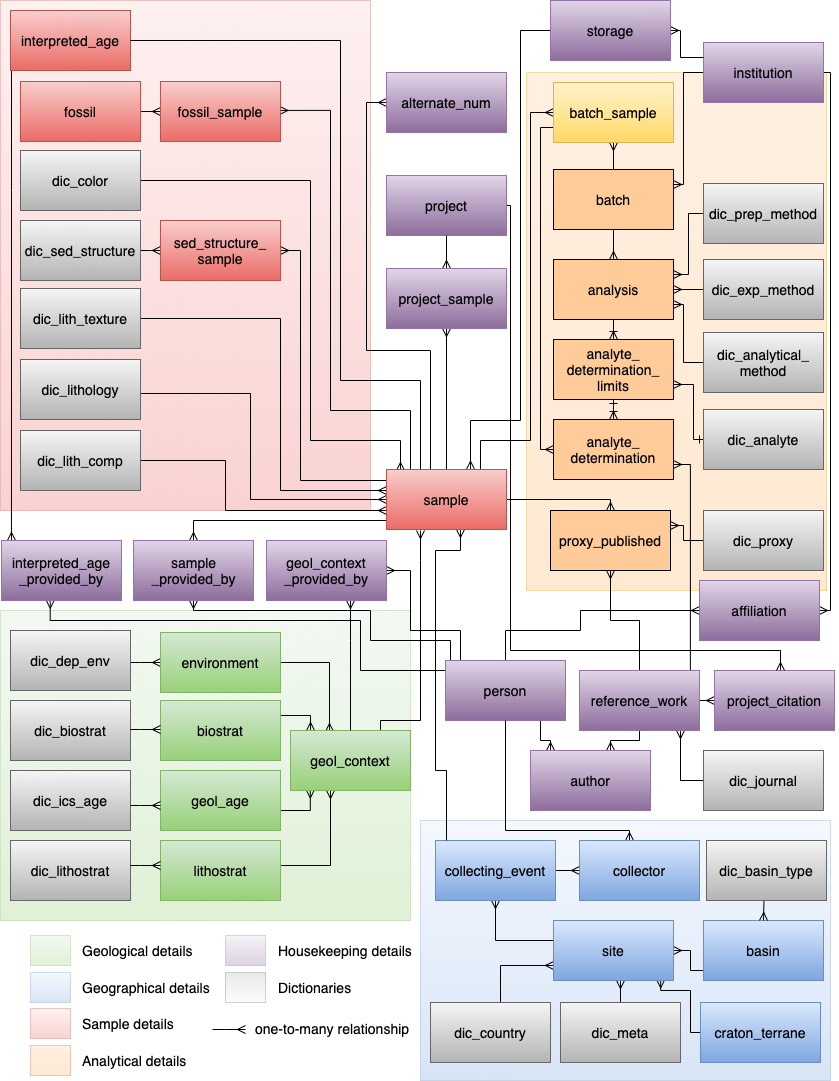
Before: images/DB_simple.png, a diagram exported from draw.io (ufarrell/sgp_phase1). Source tidied: cells renumbered, new cells last; positions are measured from the earlier drawing's top-left corner, leaving out a move shared by most shapes.
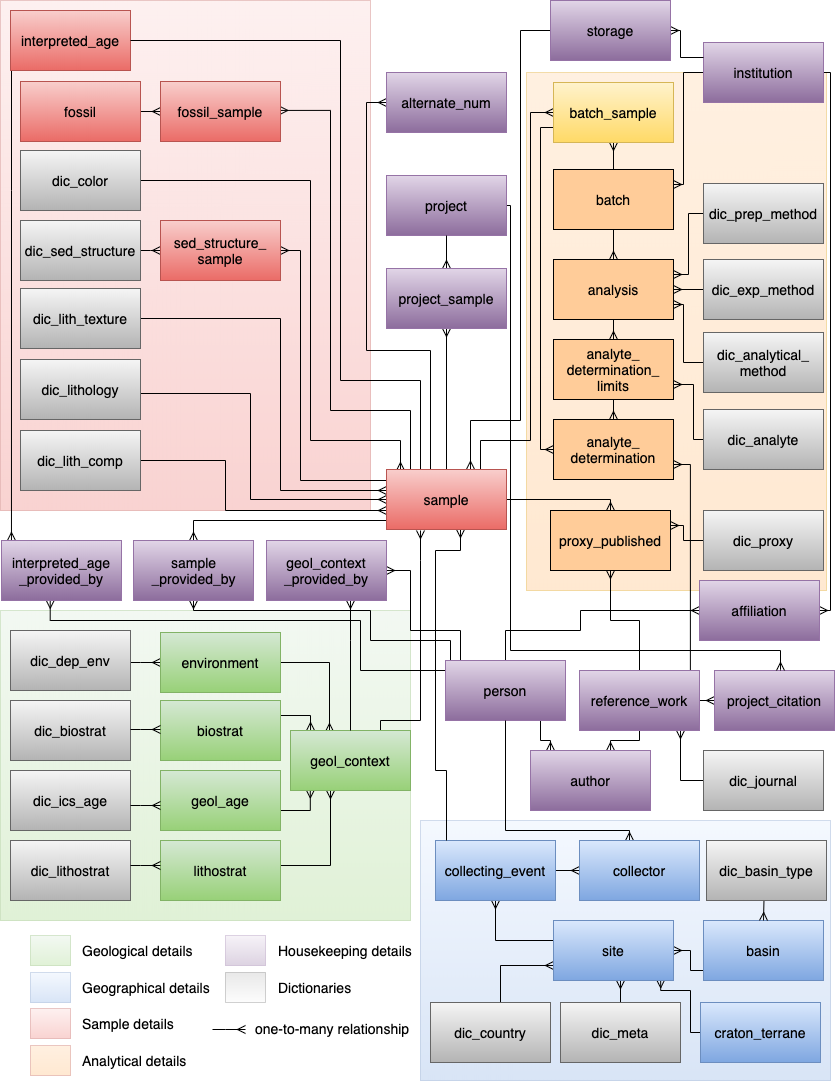
After the commit.

Change to the diagram source:
```diff
@@ -47,10 +47,13 @@
         </Array>
       </mxGeometry>
     </mxCell>
+    <mxCell id="132" style="edgeStyle=orthogonalEdgeStyle;rounded=0;jettySize=auto;html=1;startArrow=ERmany;startFill=0;endArrow=none;endFill=0;" parent="1" edge="1" source="11" target="83">
+      <mxGeometry relative="1" as="geometry" />
+    </mxCell>
     <mxCell id="11" value="analyte_&lt;br&gt;determination&lt;br&gt;" style="whiteSpace=wrap;html=1;fillColor=#FFCC99;fontSize=14;" parent="1" vertex="1">
       <mxGeometry x="553" y="419" width="120" height="60" as="geometry" />
     </mxCell>
-    <mxCell id="12" style="edgeStyle=orthogonalEdgeStyle;rounded=0;html=1;startArrow=ERone;startFill=0;endArrow=ERmany;endFill=0;jettySize=auto;entryX=1;entryY=0.75;fontSize=14;" parent="1" edge="1" source="13" target="83">
+    <mxCell id="12" style="edgeStyle=orthogonalEdgeStyle;rounded=0;html=1;startArrow=none;startFill=0;endArrow=ERmany;endFill=0;jettySize=auto;entryX=1;entryY=0.75;fontSize=14;" parent="1" edge="1" source="13" target="83">
       <mxGeometry relative="1" as="geometry">
         <Array as="points">
           <mxPoint x="693" y="439" />
@@ -76,7 +79,7 @@
     <mxCell id="16" value="collecting_event&lt;br&gt;" style="whiteSpace=wrap;html=1;plain-blue;fontSize=14;" parent="1" vertex="1">
       <mxGeometry x="435" y="840" width="120" height="60" as="geometry" />
     </mxCell>
-    <mxCell id="17" style="edgeStyle=orthogonalEdgeStyle;rounded=0;html=1;entryX=0.5;entryY=0;startArrow=none;startFill=0;endArrow=ERoneToMany;endFill=0;jettySize=auto;fontSize=14;" parent="1" edge="1" source="18" target="83">
+    <mxCell id="17" style="edgeStyle=orthogonalEdgeStyle;rounded=0;html=1;entryX=0.5;entryY=0;startArrow=none;startFill=0;endArrow=ERmany;endFill=0;jettySize=auto;fontSize=14;" parent="1" edge="1" source="18" target="83">
       <mxGeometry relative="1" as="geometry" />
     </mxCell>
     <mxCell id="18" value="analysis" style="whiteSpace=wrap;html=1;fillColor=#FFCC99;fontSize=14;" parent="1" vertex="1">
@@ -420,9 +423,6 @@
     <mxCell id="81" value="dic_biostrat" style="whiteSpace=wrap;html=1;plain-gray;fontSize=14;" parent="1" vertex="1">
       <mxGeometry x="10" y="700" width="120" height="60" as="geometry" />
     </mxCell>
-    <mxCell id="82" style="edgeStyle=orthogonalEdgeStyle;rounded=0;html=1;exitX=0.5;exitY=1;entryX=0.5;entryY=0;startArrow=ERone;startFill=0;endArrow=ERoneToMany;endFill=0;jettySize=auto;fontSize=14;" parent="1" edge="1" source="83" target="11">
-      <mxGeometry relative="1" as="geometry" />
-    </mxCell>
     <mxCell id="83" value="analyte_&lt;br&gt;determination_&lt;br&gt;limits" style="whiteSpace=wrap;html=1;fillColor=#FFCC99;fontSize=14;" parent="1" vertex="1">
       <mxGeometry x="553" y="339" width="120" height="60" as="geometry" />
     </mxCell>
```
